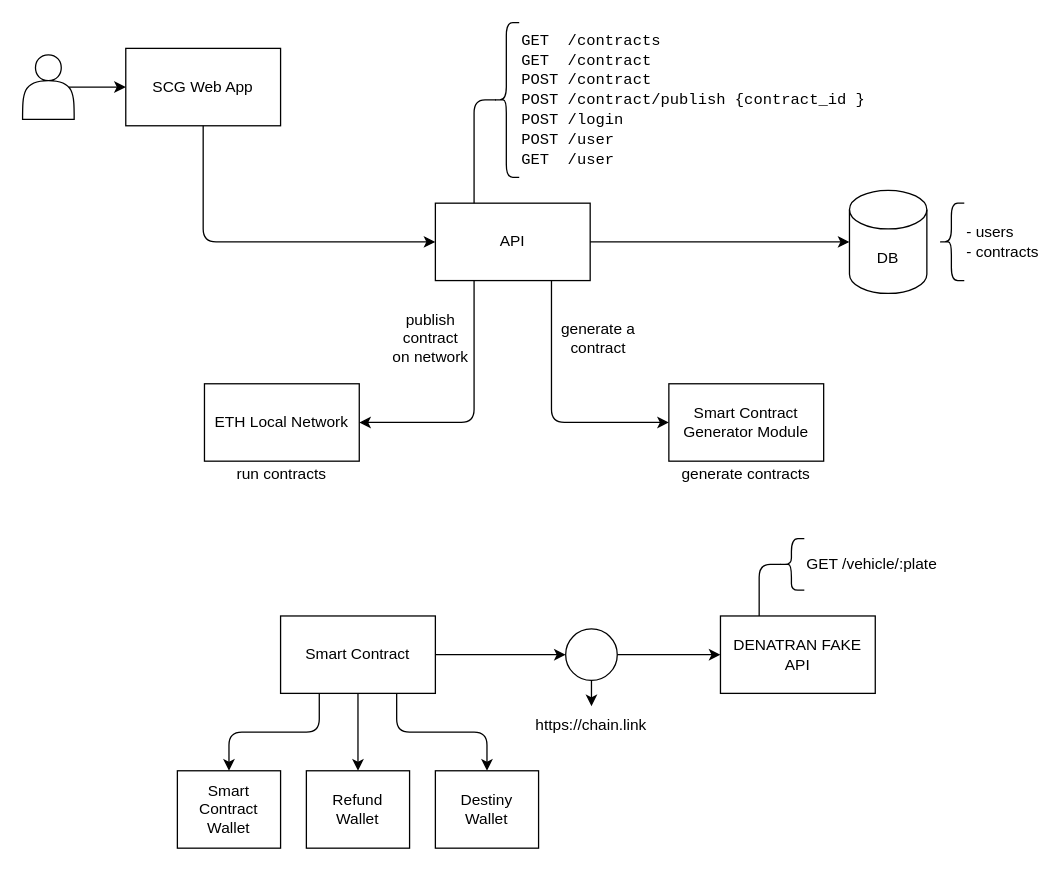
Above: page "Architecture" (3 of 3) of docs/drafts.drawio in garymsilva/tcc (draw.io), before the change. Source tidied: cells renumbered, new cells numbered last; positions are measured from the earlier drawing's top-left corner, leaving out a move shared by most shapes. Both pictures are drawn from the tidied source at 129%, with x=0, y=0 at pixel (22, 22).
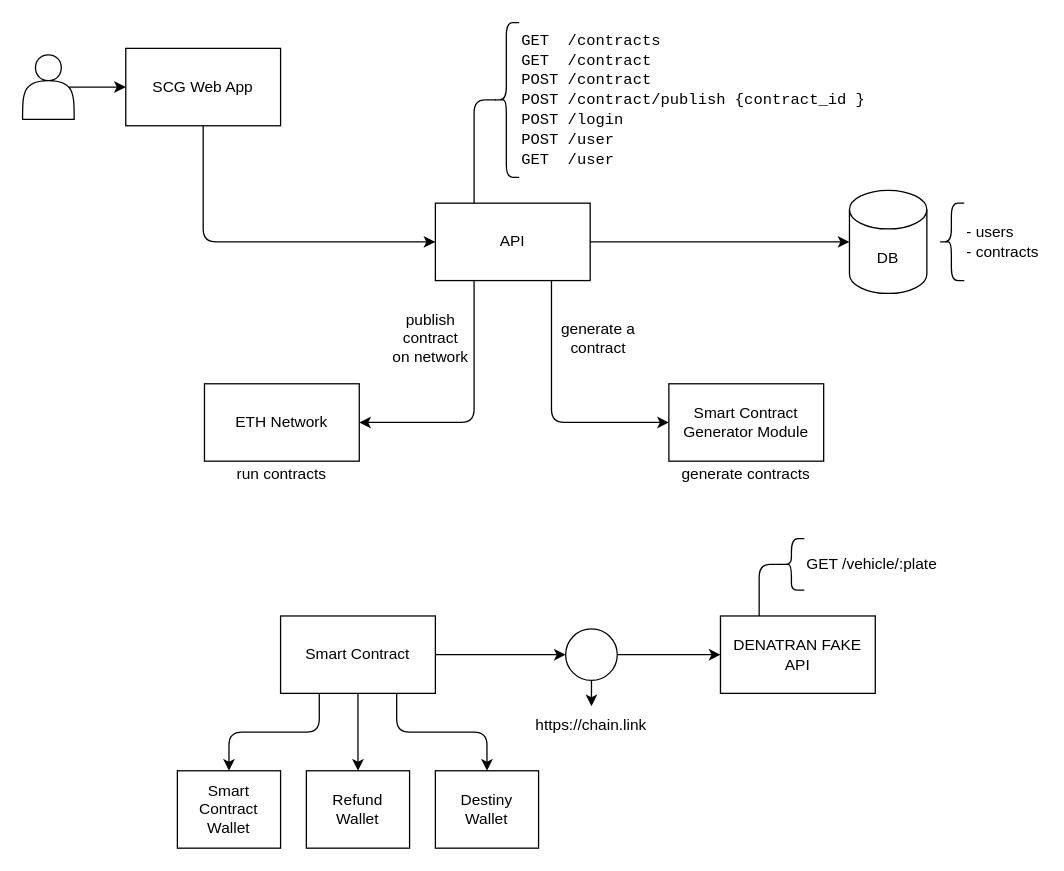
The same page after the edit.

Diff of the diagram source:
```diff
@@
-    <mxCell id="2" value="ETH Local Network" style="rounded=0;whiteSpace=wrap;html=1;" parent="1" vertex="1">
+    <mxCell id="2" value="ETH Network" style="rounded=0;whiteSpace=wrap;html=1;" parent="1" vertex="1">
       <mxGeometry x="141" y="280" width="120" height="60" as="geometry" />
     </mxCell>
```
